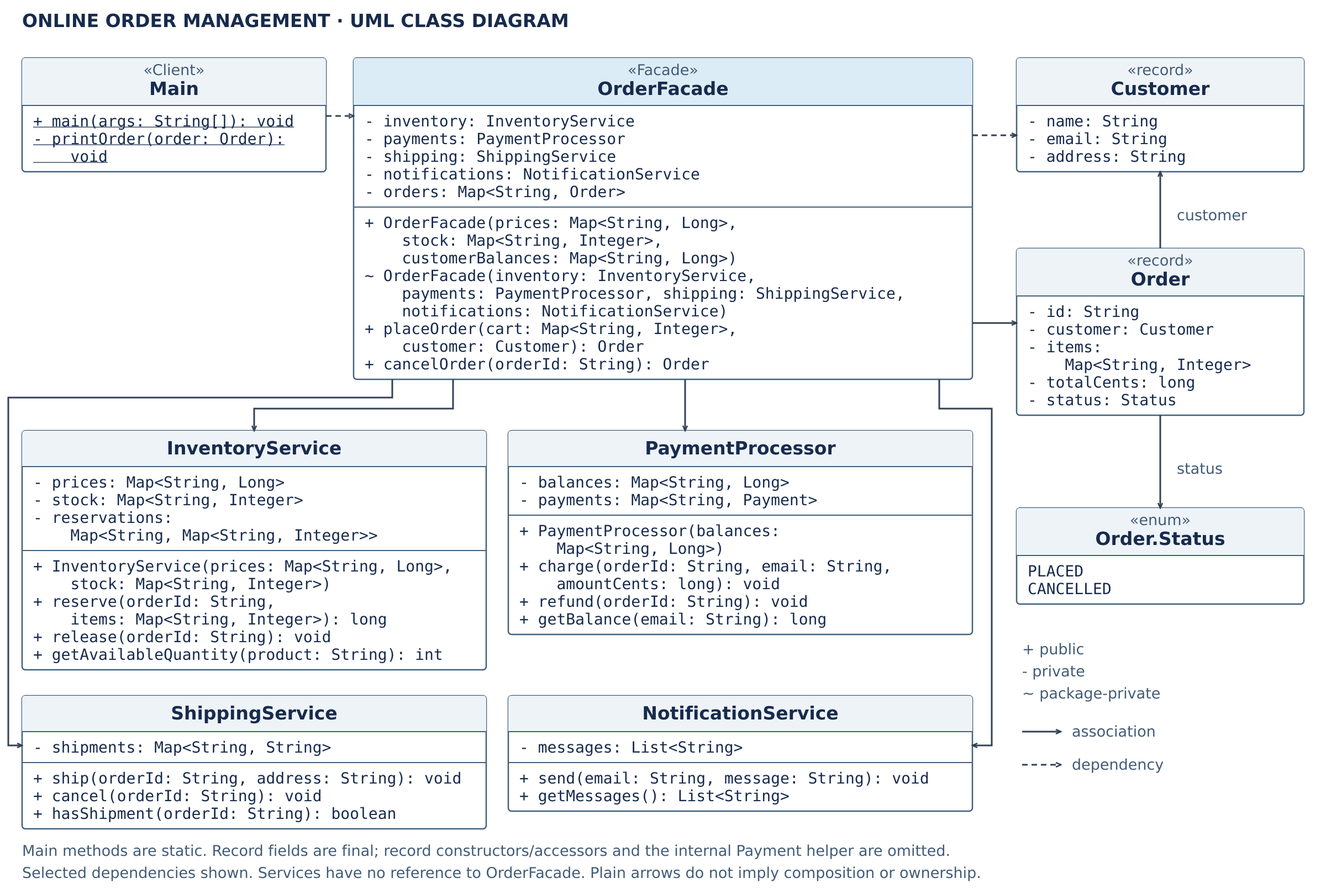
Earlier version of the PlantUML export docs/uml-class-diagram.png (adilzhandev/AITU-SDP-A4-Facade). Its source is kept beside it as docs/uml-class-diagram.puml. Source of this version:
```plantuml
@startuml
title Online Order Management — UML Class Diagram
top to bottom direction
skinparam backgroundColor white
skinparam shadowing false
skinparam classAttributeIconSize 0
skinparam defaultFontName DejaVu Sans
skinparam defaultFontSize 18
skinparam classFontSize 22
skinparam classBackgroundColor #FFFFFF
skinparam classHeaderBackgroundColor #EEF3F8
skinparam classBorderColor #42617D
skinparam arrowColor #334155
skinparam linetype ortho
hide empty members

class Main <<Client>> {
    {static} + main(args: String[]): void
    {static} - printOrder(order: Order): void
}

class OrderFacade <<Facade>> #DCECF6 {
    - inventory: InventoryService
    - payments: PaymentProcessor
    - shipping: ShippingService
    - notifications: NotificationService
    - orders: Map<String, Order>
    --
    + OrderFacade(prices: Map<String, Long>, stock: Map<String, Integer>, customerBalances: Map<String, Long>)
    ~ OrderFacade(inventory: InventoryService, payments: PaymentProcessor, shipping: ShippingService, notifications: NotificationService)
    + placeOrder(cart: Map<String, Integer>, customer: Customer): Order
    + cancelOrder(orderId: String): Order
}

class InventoryService {
    - prices: Map<String, Long>
    - stock: Map<String, Integer>
    - reservations: Map<String, Map<String, Integer>>
    --
    + InventoryService(prices: Map<String, Long>, stock: Map<String, Integer>)
    + reserve(orderId: String, items: Map<String, Integer>): long
    + release(orderId: String): void
    + getAvailableQuantity(product: String): int
}

class PaymentProcessor {
    - balances: Map<String, Long>
    - payments: Map<String, Payment>
    --
    + PaymentProcessor(balances: Map<String, Long>)
    + charge(orderId: String, email: String, amountCents: long): void
    + refund(orderId: String): void
    + getBalance(email: String): long
}

class ShippingService {
    - shipments: Map<String, String>
    --
    + ship(orderId: String, address: String): void
    + cancel(orderId: String): void
    + hasShipment(orderId: String): boolean
}

class NotificationService {
    - messages: List<String>
    --
    + send(email: String, message: String): void
    + getMessages(): List<String>
}

class Customer <<record>> {
    - name: String
    - email: String
    - address: String
}

class Order <<record>> {
    - id: String
    - customer: Customer
    - items: Map<String, Integer>
    - totalCents: long
    - status: Status
}

enum "Order.Status" as OrderStatus {
    PLACED
    CANCELLED
}

Main ..> OrderFacade
OrderFacade --> InventoryService
OrderFacade --> PaymentProcessor
OrderFacade --> ShippingService
OrderFacade --> NotificationService
OrderFacade ..> Customer
OrderFacade --> Order
Order --> Customer : customer
Order --> OrderStatus : status

legend bottom
  + public     - private     ~ package-private
  Solid arrow: directed association. Dashed arrow: dependency.
  Main methods are static. Record fields are final.
  Record constructors/accessors and the internal Payment helper are omitted.
  Selected dependencies shown. Services have no reference to OrderFacade.
  Plain arrows do not imply composition or ownership.
endlegend
@enduml
```
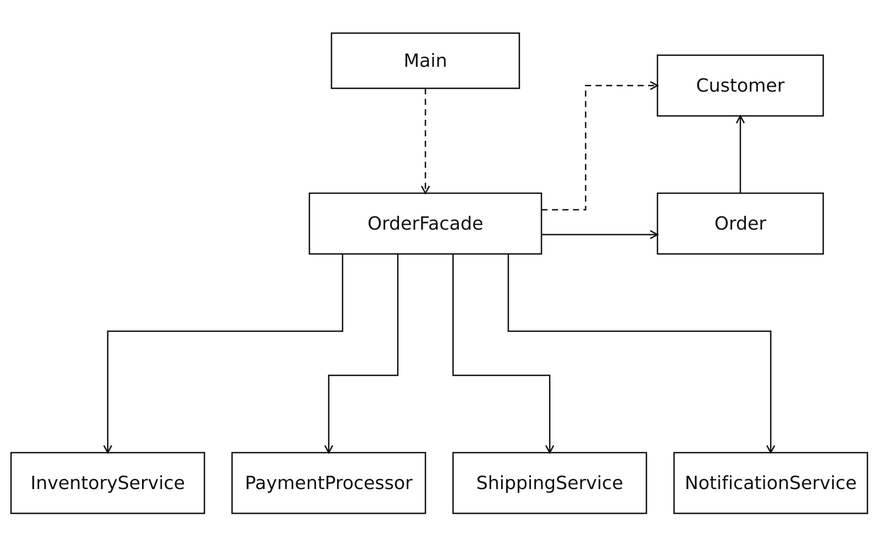
The same file after the commit.

Commit message:
docs: simplify UML to class names and relationships

Change to the diagram source:
```diff
@@ -1,91 +1,25 @@
 @startuml
-title Online Order Management — UML Class Diagram
 top to bottom direction
 skinparam backgroundColor white
 skinparam shadowing false
-skinparam classAttributeIconSize 0
 skinparam defaultFontName DejaVu Sans
-skinparam defaultFontSize 18
-skinparam classFontSize 22
-skinparam classBackgroundColor #FFFFFF
-skinparam classHeaderBackgroundColor #EEF3F8
-skinparam classBorderColor #42617D
-skinparam arrowColor #334155
+skinparam defaultFontSize 24
+skinparam classFontSize 24
+skinparam classBackgroundColor white
+skinparam classBorderColor black
+skinparam arrowColor black
 skinparam linetype ortho
-hide empty members
+hide members
+hide circle
 
-class Main <<Client>> {
-    {static} + main(args: String[]): void
-    {static} - printOrder(order: Order): void
-}
-
-class OrderFacade <<Facade>> #DCECF6 {
-    - inventory: InventoryService
-    - payments: PaymentProcessor
-    - shipping: ShippingService
-    - notifications: NotificationService
-    - orders: Map<String, Order>
-    --
-    + OrderFacade(prices: Map<String, Long>, stock: Map<String, Integer>, customerBalances: Map<String, Long>)
-    ~ OrderFacade(inventory: InventoryService, payments: PaymentProcessor, shipping: ShippingService, notifications: NotificationService)
-    + placeOrder(cart: Map<String, Integer>, customer: Customer): Order
-    + cancelOrder(orderId: String): Order
-}
-
-class InventoryService {
-    - prices: Map<String, Long>
-    - stock: Map<String, Integer>
-    - reservations: Map<String, Map<String, Integer>>
-    --
-    + InventoryService(prices: Map<String, Long>, stock: Map<String, Integer>)
-    + reserve(orderId: String, items: Map<String, Integer>): long
-    + release(orderId: String): void
-    + getAvailableQuantity(product: String): int
-}
-
-class PaymentProcessor {
-    - balances: Map<String, Long>
-    - payments: Map<String, Payment>
-    --
-    + PaymentProcessor(balances: Map<String, Long>)
-    + charge(orderId: String, email: String, amountCents: long): void
-    + refund(orderId: String): void
-    + getBalance(email: String): long
-}
-
-class ShippingService {
-    - shipments: Map<String, String>
-    --
-    + ship(orderId: String, address: String): void
-    + cancel(orderId: String): void
-    + hasShipment(orderId: String): boolean
-}
-
-class NotificationService {
-    - messages: List<String>
-    --
-    + send(email: String, message: String): void
-    + getMessages(): List<String>
-}
-
-class Customer <<record>> {
-    - name: String
-    - email: String
-    - address: String
-}
-
-class Order <<record>> {
-    - id: String
-    - customer: Customer
-    - items: Map<String, Integer>
-    - totalCents: long
-    - status: Status
-}
-
-enum "Order.Status" as OrderStatus {
-    PLACED
-    CANCELLED
-}
+class Main
+class OrderFacade
+class InventoryService
+class PaymentProcessor
+class ShippingService
+class NotificationService
+class Customer
+class Order
 
 Main ..> OrderFacade
 OrderFacade --> InventoryService
@@ -94,15 +28,5 @@
 OrderFacade --> NotificationService
 OrderFacade ..> Customer
 OrderFacade --> Order
-Order --> Customer : customer
-Order --> OrderStatus : status
-
-legend bottom
-  + public     - private     ~ package-private
-  Solid arrow: directed association. Dashed arrow: dependency.
-  Main methods are static. Record fields are final.
-  Record constructors/accessors and the internal Payment helper are omitted.
-  Selected dependencies shown. Services have no reference to OrderFacade.
-  Plain arrows do not imply composition or ownership.
-endlegend
+Order --> Customer
 @enduml
```
